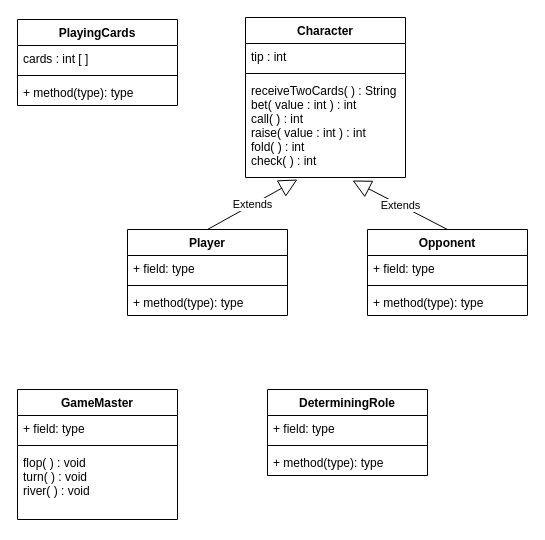
Earlier version of the draw.io diagram app/src/main/java/jp/ac/uryukyu/ie/e245757/blueprint.drawio (NakayamaHaruto/report6). Source tidied: cells renumbered, new cells numbered last; positions are measured from the earlier drawing's top-left corner, leaving out a move shared by most shapes. Both pictures are drawn from the tidied source at 100%, with x=0, y=0 at pixel (17, 17).
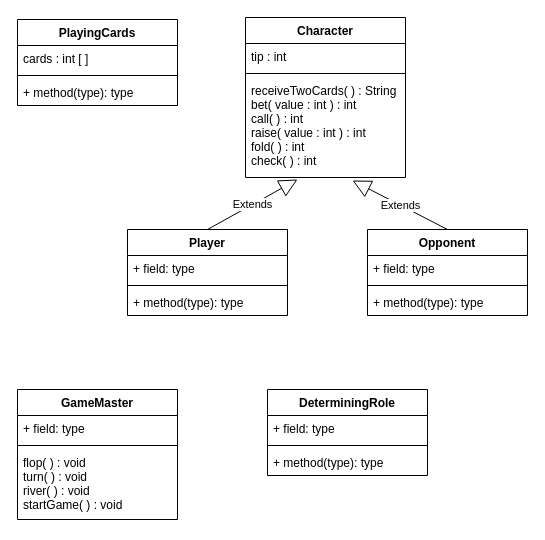
The same diagram, later.

The change refers to these unchanged cells:
```xml
<mxCell id="20" value="GameMaster" style="swimlane;fontStyle=1;align=center;verticalAlign=top;horizontal=1;startSize=26;" parent="1" vertex="1">
  <mxGeometry y="372" width="160" height="130" as="geometry" />
</mxCell>
```

Diff of the diagram source:
```diff
@@
-    <mxCell id="23" value="flop( ) : void&#10;turn( ) : void&#10;river( ) : void" style="text;strokeColor=none;fillColor=none;align=left;verticalAlign=top;spacingLeft=4;spacingRight=4;overflow=hidden;" parent="20" vertex="1">
+    <mxCell id="23" value="flop( ) : void&#10;turn( ) : void&#10;river( ) : void&#10;startGame( ) : void" style="text;strokeColor=none;fillColor=none;align=left;verticalAlign=top;spacingLeft=4;spacingRight=4;overflow=hidden;" parent="20" vertex="1">
       <mxGeometry y="60" width="160" height="70" as="geometry" />
     </mxCell>
```
